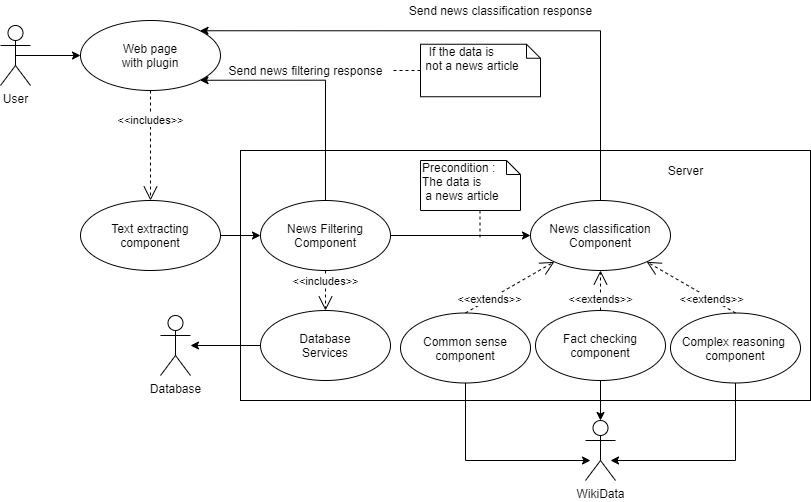
Before: Requirements analysis and diagrams/Diagrams/Fake news - use case diagram/Fake news - use case diagram.png, a diagram exported from draw.io (CDU55/FakeNews). Source tidied: cells renumbered, new cells last; positions are measured from the earlier drawing's top-left corner, leaving out a move shared by most shapes.
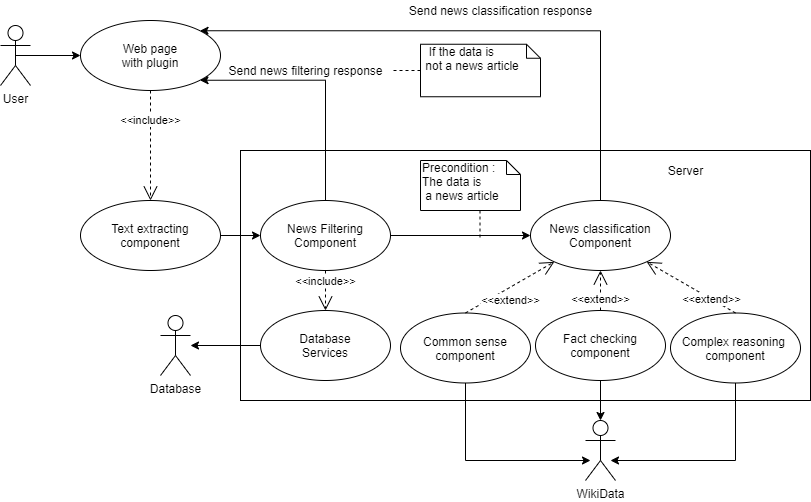
After the commit.

Commit message:
Update words on diagram

What changed in the source:
```diff
@@ -43,7 +43,7 @@
     <mxCell id="12" value="News classification&lt;br&gt;Component" style="ellipse;whiteSpace=wrap;html=1;" parent="1" vertex="1">
       <mxGeometry x="530" y="200" width="140" height="70" as="geometry" />
     </mxCell>
-    <mxCell id="13" value="&amp;lt;&amp;lt;includes&amp;gt;&amp;gt;" style="endArrow=open;endSize=12;dashed=1;html=1;exitX=0.5;exitY=1;exitDx=0;exitDy=0;" parent="1" edge="1" source="5" target="7">
+    <mxCell id="13" value="&amp;lt;&amp;lt;include&amp;gt;&amp;gt;" style="endArrow=open;endSize=12;dashed=1;html=1;exitX=0.5;exitY=1;exitDx=0;exitDy=0;" parent="1" edge="1" source="5" target="7">
       <mxGeometry x="-0.45" relative="1" as="geometry" />
     </mxCell>
     <mxCell id="14" value="Server" style="text;html=1;align=center;verticalAlign=middle;" parent="1" vertex="1">
@@ -73,7 +73,7 @@
     <mxCell id="21" value="Database" style="shape=umlActor;verticalLabelPosition=bottom;verticalAlign=top;html=1;outlineConnect=0;" parent="1" vertex="1">
       <mxGeometry x="160" y="315" width="30" height="60" as="geometry" />
     </mxCell>
-    <mxCell id="22" value="&amp;lt;&amp;lt;includes&amp;gt;&amp;gt;" style="endArrow=open;endSize=12;dashed=1;html=1;exitX=0.5;exitY=1;exitDx=0;exitDy=0;entryX=0.5;entryY=0;entryDx=0;entryDy=0;" parent="1" edge="1" source="10" target="24">
+    <mxCell id="22" value="&amp;lt;&amp;lt;include&amp;gt;&amp;gt;" style="endArrow=open;endSize=12;dashed=1;html=1;exitX=0.5;exitY=1;exitDx=0;exitDy=0;entryX=0.5;entryY=0;entryDx=0;entryDy=0;" parent="1" edge="1" source="10" target="24">
       <mxGeometry x="-0.45" relative="1" as="geometry" />
     </mxCell>
     <mxCell id="23" style="edgeStyle=orthogonalEdgeStyle;rounded=0;jettySize=auto;html=1;exitX=0;exitY=0.5;exitDx=0;exitDy=0;" parent="1" edge="1" source="24" target="21">
@@ -113,13 +113,13 @@
     <mxCell id="31" value="Complex reasoning&amp;nbsp;&lt;br&gt;component" style="ellipse;whiteSpace=wrap;html=1;" parent="1" vertex="1">
       <mxGeometry x="670" y="312.5" width="130" height="70" as="geometry" />
     </mxCell>
-    <mxCell id="32" value="&amp;lt;&amp;lt;extends&amp;gt;&amp;gt;" style="endArrow=open;endSize=12;dashed=1;html=1;exitX=0.5;exitY=0;exitDx=0;exitDy=0;" parent="1" edge="1" source="27" target="12">
-      <mxGeometry x="-0.45" relative="1" as="geometry" />
+    <mxCell id="32" value="&amp;lt;&amp;lt;extend&amp;gt;&amp;gt;" style="endArrow=open;endSize=12;dashed=1;html=1;exitX=0.5;exitY=0;exitDx=0;exitDy=0;" parent="1" edge="1" source="27" target="12">
+      <mxGeometry x="-0.12" y="-12" relative="1" as="geometry" />
     </mxCell>
-    <mxCell id="33" value="&amp;lt;&amp;lt;extends&amp;gt;&amp;gt;" style="endArrow=open;endSize=12;dashed=1;html=1;exitX=0.5;exitY=0;exitDx=0;exitDy=0;entryX=0.5;entryY=1;entryDx=0;entryDy=0;" parent="1" edge="1" source="29" target="12">
+    <mxCell id="33" value="&amp;lt;&amp;lt;extend&amp;gt;&amp;gt;" style="endArrow=open;endSize=12;dashed=1;html=1;exitX=0.5;exitY=0;exitDx=0;exitDy=0;entryX=0.5;entryY=1;entryDx=0;entryDy=0;" parent="1" edge="1" source="29" target="12">
       <mxGeometry x="-0.45" relative="1" as="geometry" />
     </mxCell>
-    <mxCell id="34" value="&amp;lt;&amp;lt;extends&amp;gt;&amp;gt;" style="endArrow=open;endSize=12;dashed=1;html=1;exitX=0.5;exitY=0;exitDx=0;exitDy=0;" parent="1" edge="1" source="31" target="12">
+    <mxCell id="34" value="&amp;lt;&amp;lt;extend&amp;gt;&amp;gt;" style="endArrow=open;endSize=12;dashed=1;html=1;exitX=0.5;exitY=0;exitDx=0;exitDy=0;" parent="1" edge="1" source="31" target="12">
       <mxGeometry x="-0.45" relative="1" as="geometry" />
     </mxCell>
   </root>
```
